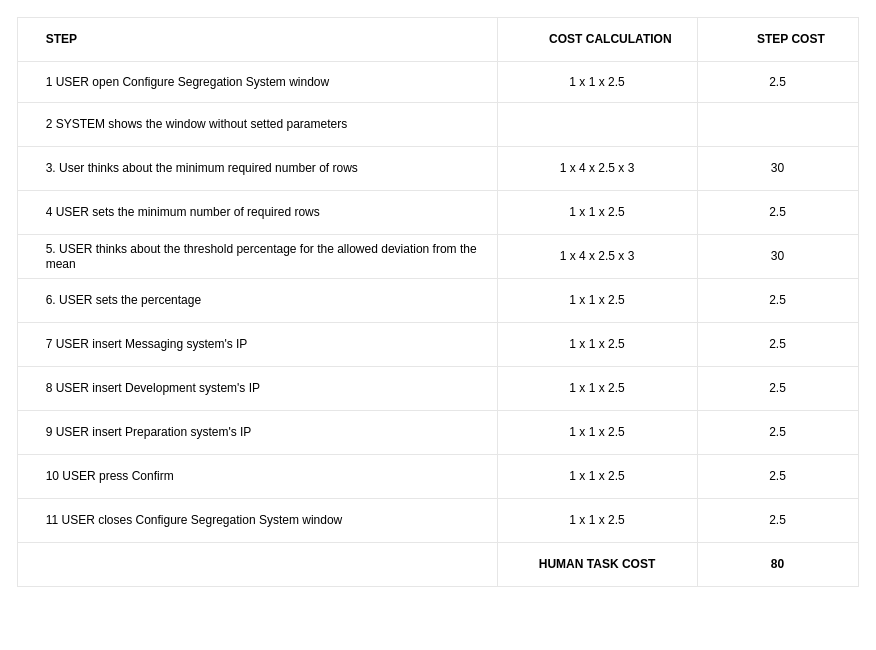
BaffoBello14/AutomaticDamagesRecognition keeps this draw.io diagram as configure/segregation system (FEDE)/segregation_system_table.drawio. Above is the earlier version. Source tidied: cells renumbered, new cells numbered last; positions are measured from the earlier drawing's top-left corner, leaving out a move shared by most shapes. Both pictures are drawn from the tidied source at 100%, with x=0, y=0 at pixel (17, 17).
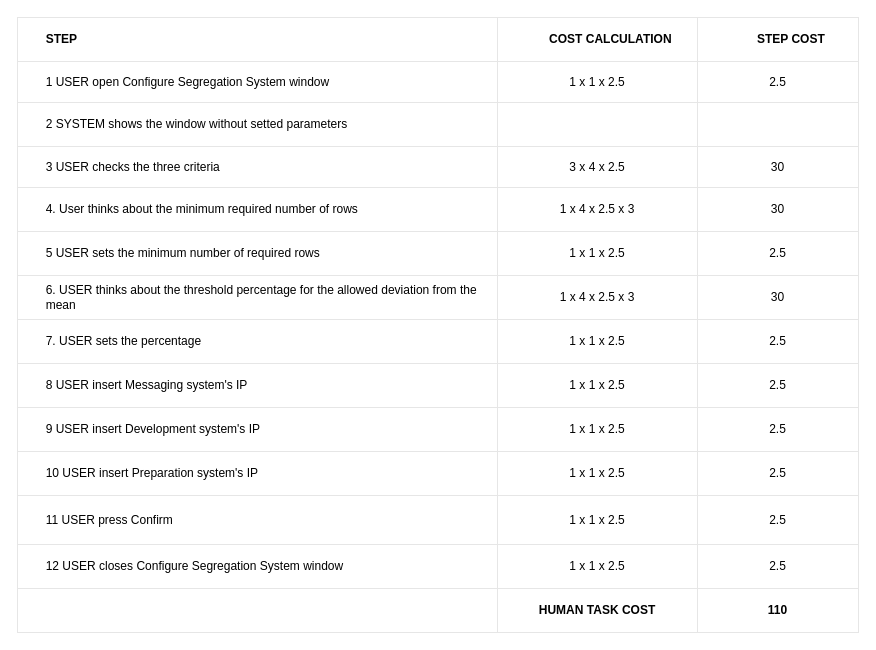
The same page after the edit.

Change to the diagram source:
```diff
@@
     <mxCell id="2" style="childLayout=tableLayout;shadow=0;strokeColor=#E6E6E6;align=center;" parent="1" vertex="1">
-      <mxGeometry width="841" height="569" as="geometry" />
+      <mxGeometry width="841" height="615" as="geometry" />
     </mxCell>
@@
+    <mxCell id="55" style="shape=tableRow;horizontal=0;startSize=0;swimlaneHead=0;swimlaneBody=0;top=0;left=0;bottom=0;right=0;fontStyle=0;fillColor=none;strokeColor=inherit;align=center;" parent="2" vertex="1">
+      <mxGeometry y="129" width="841" height="41" as="geometry" />
+    </mxCell>
+    <mxCell id="56" value="&lt;span style=&quot;white-space: pre;&quot;&gt;&#9;&lt;/span&gt;3 USER checks the three criteria" style="strokeColor=inherit;fillColor=none;align=left;whiteSpace=wrap;html=1;labelPosition=center;verticalLabelPosition=middle;verticalAlign=middle;" parent="55" vertex="1">
+      <mxGeometry width="480" height="41" as="geometry" />
+    </mxCell>
+    <mxCell id="57" value="3 x 4 x 2.5" style="strokeColor=inherit;fillColor=none;align=center;whiteSpace=wrap;html=1;" parent="55" vertex="1">
+      <mxGeometry x="480" width="200" height="41" as="geometry" />
+    </mxCell>
+    <mxCell id="58" value="30" style="strokeColor=inherit;fillColor=none;align=center;whiteSpace=wrap;html=1;" parent="55" vertex="1">
+      <mxGeometry x="680" width="161" height="41" as="geometry" />
+    </mxCell>
     <mxCell id="15" style="shape=tableRow;horizontal=0;startSize=0;swimlaneHead=0;swimlaneBody=0;top=0;left=0;bottom=0;right=0;fontStyle=0;fillColor=none;strokeColor=inherit;align=center;" parent="2" vertex="1">
-      <mxGeometry y="129" width="841" height="44" as="geometry" />
+      <mxGeometry y="170" width="841" height="44" as="geometry" />
     </mxCell>
-    <mxCell id="16" value="&lt;span style=&quot;white-space: pre;&quot;&gt;&#9;&lt;/span&gt;3. User thinks about the minimum required number of rows&amp;nbsp;" style="strokeColor=inherit;fillColor=none;align=left;whiteSpace=wrap;html=1;labelPosition=center;verticalLabelPosition=middle;verticalAlign=middle;" parent="15" vertex="1">
+    <mxCell id="16" value="&lt;span style=&quot;white-space: pre;&quot;&gt;&#9;&lt;/span&gt;4. User thinks about the minimum required number of rows&amp;nbsp;" style="strokeColor=inherit;fillColor=none;align=left;whiteSpace=wrap;html=1;labelPosition=center;verticalLabelPosition=middle;verticalAlign=middle;" parent="15" vertex="1">
       <mxGeometry width="480" height="44" as="geometry" />
     </mxCell>
@@
     <mxCell id="19" style="shape=tableRow;horizontal=0;startSize=0;swimlaneHead=0;swimlaneBody=0;top=0;left=0;bottom=0;right=0;fontStyle=0;fillColor=none;strokeColor=inherit;align=center;" parent="2" vertex="1">
-      <mxGeometry y="173" width="841" height="44" as="geometry" />
+      <mxGeometry y="214" width="841" height="44" as="geometry" />
     </mxCell>
-    <mxCell id="20" value="&lt;span style=&quot;white-space: pre;&quot;&gt;&#9;&lt;/span&gt;4 USER sets the minimum number of required rows" style="strokeColor=inherit;fillColor=none;align=left;whiteSpace=wrap;html=1;labelPosition=center;verticalLabelPosition=middle;verticalAlign=middle;" parent="19" vertex="1">
+    <mxCell id="20" value="&lt;span style=&quot;white-space: pre;&quot;&gt;&#9;&lt;/span&gt;5&amp;nbsp;USER sets the minimum number of required rows" style="strokeColor=inherit;fillColor=none;align=left;whiteSpace=wrap;html=1;labelPosition=center;verticalLabelPosition=middle;verticalAlign=middle;" parent="19" vertex="1">
       <mxGeometry width="480" height="44" as="geometry" />
     </mxCell>
@@
     <mxCell id="23" style="shape=tableRow;horizontal=0;startSize=0;swimlaneHead=0;swimlaneBody=0;top=0;left=0;bottom=0;right=0;fontStyle=0;fillColor=none;strokeColor=inherit;align=center;" parent="2" vertex="1">
-      <mxGeometry y="217" width="841" height="44" as="geometry" />
+      <mxGeometry y="258" width="841" height="44" as="geometry" />
     </mxCell>
-    <mxCell id="24" value="&lt;span style=&quot;white-space: pre;&quot;&gt;&#9;&lt;/span&gt;5. USER thinks about the threshold percentage for the allowed deviation from the &lt;span style=&quot;white-space: pre;&quot;&gt;&#9;&lt;/span&gt;mean" style="strokeColor=inherit;fillColor=none;align=left;whiteSpace=wrap;html=1;labelPosition=center;verticalLabelPosition=middle;verticalAlign=middle;" parent="23" vertex="1">
+    <mxCell id="24" value="&lt;span style=&quot;white-space: pre;&quot;&gt;&#9;&lt;/span&gt;6. USER thinks about the threshold percentage for the allowed deviation from the &lt;span style=&quot;white-space: pre;&quot;&gt;&#9;&lt;/span&gt;mean" style="strokeColor=inherit;fillColor=none;align=left;whiteSpace=wrap;html=1;labelPosition=center;verticalLabelPosition=middle;verticalAlign=middle;" parent="23" vertex="1">
       <mxGeometry width="480" height="44" as="geometry" />
     </mxCell>
@@
     <mxCell id="27" style="shape=tableRow;horizontal=0;startSize=0;swimlaneHead=0;swimlaneBody=0;top=0;left=0;bottom=0;right=0;fontStyle=0;fillColor=none;strokeColor=inherit;align=center;" parent="2" vertex="1">
-      <mxGeometry y="261" width="841" height="44" as="geometry" />
+      <mxGeometry y="302" width="841" height="44" as="geometry" />
     </mxCell>
-    <mxCell id="28" value="&lt;span style=&quot;white-space: pre;&quot;&gt;&#9;&lt;/span&gt;6. USER sets the percentage" style="strokeColor=inherit;fillColor=none;align=left;whiteSpace=wrap;html=1;labelPosition=center;verticalLabelPosition=middle;verticalAlign=middle;" parent="27" vertex="1">
+    <mxCell id="28" value="&lt;span style=&quot;white-space: pre;&quot;&gt;&#9;&lt;/span&gt;7. USER sets the percentage" style="strokeColor=inherit;fillColor=none;align=left;whiteSpace=wrap;html=1;labelPosition=center;verticalLabelPosition=middle;verticalAlign=middle;" parent="27" vertex="1">
       <mxGeometry width="480" height="44" as="geometry" />
     </mxCell>
@@
     <mxCell id="31" style="shape=tableRow;horizontal=0;startSize=0;swimlaneHead=0;swimlaneBody=0;top=0;left=0;bottom=0;right=0;fontStyle=0;fillColor=none;strokeColor=inherit;align=center;" parent="2" vertex="1">
-      <mxGeometry y="305" width="841" height="44" as="geometry" />
+      <mxGeometry y="346" width="841" height="44" as="geometry" />
     </mxCell>
-    <mxCell id="32" value="&lt;span style=&quot;white-space: pre;&quot;&gt;&#9;&lt;/span&gt;7 USER insert Messaging system's IP" style="strokeColor=inherit;fillColor=none;align=left;whiteSpace=wrap;html=1;labelPosition=center;verticalLabelPosition=middle;verticalAlign=middle;" parent="31" vertex="1">
+    <mxCell id="32" value="&lt;span style=&quot;white-space: pre;&quot;&gt;&#9;&lt;/span&gt;8&amp;nbsp;USER insert Messaging system's IP" style="strokeColor=inherit;fillColor=none;align=left;whiteSpace=wrap;html=1;labelPosition=center;verticalLabelPosition=middle;verticalAlign=middle;" parent="31" vertex="1">
       <mxGeometry width="480" height="44" as="geometry" />
     </mxCell>
@@
     <mxCell id="35" style="shape=tableRow;horizontal=0;startSize=0;swimlaneHead=0;swimlaneBody=0;top=0;left=0;bottom=0;right=0;fontStyle=0;fillColor=none;strokeColor=inherit;align=center;" parent="2" vertex="1">
-      <mxGeometry y="349" width="841" height="44" as="geometry" />
+      <mxGeometry y="390" width="841" height="44" as="geometry" />
     </mxCell>
-    <mxCell id="36" value="&lt;span style=&quot;white-space: pre;&quot;&gt;&#9;&lt;/span&gt;8 USER insert Development system's IP" style="strokeColor=inherit;fillColor=none;align=left;whiteSpace=wrap;html=1;labelPosition=center;verticalLabelPosition=middle;verticalAlign=middle;" parent="35" vertex="1">
+    <mxCell id="36" value="&lt;span style=&quot;white-space: pre;&quot;&gt;&#9;&lt;/span&gt;9&amp;nbsp;USER insert Development system's IP" style="strokeColor=inherit;fillColor=none;align=left;whiteSpace=wrap;html=1;labelPosition=center;verticalLabelPosition=middle;verticalAlign=middle;" parent="35" vertex="1">
       <mxGeometry width="480" height="44" as="geometry" />
     </mxCell>
@@
     <mxCell id="39" style="shape=tableRow;horizontal=0;startSize=0;swimlaneHead=0;swimlaneBody=0;top=0;left=0;bottom=0;right=0;fontStyle=0;fillColor=none;strokeColor=inherit;align=center;" parent="2" vertex="1">
-      <mxGeometry y="393" width="841" height="44" as="geometry" />
+      <mxGeometry y="434" width="841" height="44" as="geometry" />
     </mxCell>
-    <mxCell id="40" value="&lt;span style=&quot;white-space: pre;&quot;&gt;&#9;&lt;/span&gt;9 USER insert Preparation system's IP" style="strokeColor=inherit;fillColor=none;align=left;whiteSpace=wrap;html=1;labelPosition=center;verticalLabelPosition=middle;verticalAlign=middle;" parent="39" vertex="1">
+    <mxCell id="40" value="&lt;span style=&quot;white-space: pre;&quot;&gt;&#9;&lt;/span&gt;10&amp;nbsp;USER insert Preparation system's IP" style="strokeColor=inherit;fillColor=none;align=left;whiteSpace=wrap;html=1;labelPosition=center;verticalLabelPosition=middle;verticalAlign=middle;" parent="39" vertex="1">
       <mxGeometry width="480" height="44" as="geometry" />
     </mxCell>
@@
     <mxCell id="43" style="shape=tableRow;horizontal=0;startSize=0;swimlaneHead=0;swimlaneBody=0;top=0;left=0;bottom=0;right=0;fontStyle=0;fillColor=none;strokeColor=inherit;align=center;" parent="2" vertex="1">
-      <mxGeometry y="437" width="841" height="44" as="geometry" />
+      <mxGeometry y="478" width="841" height="49" as="geometry" />
     </mxCell>
-    <mxCell id="44" value="&lt;span style=&quot;white-space: pre;&quot;&gt;&#9;&lt;/span&gt;10 USER press Confirm" style="strokeColor=inherit;fillColor=none;align=left;whiteSpace=wrap;html=1;labelPosition=center;verticalLabelPosition=middle;verticalAlign=middle;" parent="43" vertex="1">
-      <mxGeometry width="480" height="44" as="geometry" />
+    <mxCell id="44" value="&lt;span style=&quot;white-space: pre;&quot;&gt;&#9;&lt;/span&gt;11 USER press Confirm" style="strokeColor=inherit;fillColor=none;align=left;whiteSpace=wrap;html=1;labelPosition=center;verticalLabelPosition=middle;verticalAlign=middle;" parent="43" vertex="1">
+      <mxGeometry width="480" height="49" as="geometry" />
     </mxCell>
     <mxCell id="45" value="1 x 1 x 2.5" style="strokeColor=inherit;fillColor=none;align=center;whiteSpace=wrap;html=1;" parent="43" vertex="1">
-      <mxGeometry x="480" width="200" height="44" as="geometry" />
+      <mxGeometry x="480" width="200" height="49" as="geometry" />
     </mxCell>
     <mxCell id="46" value="2.5" style="strokeColor=inherit;fillColor=none;align=center;whiteSpace=wrap;html=1;" parent="43" vertex="1">
-      <mxGeometry x="680" width="161" height="44" as="geometry" />
+      <mxGeometry x="680" width="161" height="49" as="geometry" />
     </mxCell>
     <mxCell id="47" style="shape=tableRow;horizontal=0;startSize=0;swimlaneHead=0;swimlaneBody=0;top=0;left=0;bottom=0;right=0;fontStyle=0;fillColor=none;strokeColor=inherit;align=center;" parent="2" vertex="1">
-      <mxGeometry y="481" width="841" height="44" as="geometry" />
+      <mxGeometry y="527" width="841" height="44" as="geometry" />
     </mxCell>
-    <mxCell id="48" value="&lt;span style=&quot;white-space: pre;&quot;&gt;&#9;&lt;/span&gt;11&amp;nbsp;USER closes Configure Segregation System window&amp;nbsp;" style="strokeColor=inherit;fillColor=none;align=left;whiteSpace=wrap;html=1;labelPosition=center;verticalLabelPosition=middle;verticalAlign=middle;" parent="47" vertex="1">
+    <mxCell id="48" value="&lt;span style=&quot;white-space: pre;&quot;&gt;&#9;&lt;/span&gt;12 USER closes Configure Segregation System window&amp;nbsp;" style="strokeColor=inherit;fillColor=none;align=left;whiteSpace=wrap;html=1;labelPosition=center;verticalLabelPosition=middle;verticalAlign=middle;" parent="47" vertex="1">
       <mxGeometry width="480" height="44" as="geometry" />
     </mxCell>
@@
     <mxCell id="51" style="shape=tableRow;horizontal=0;startSize=0;swimlaneHead=0;swimlaneBody=0;top=0;left=0;bottom=0;right=0;fontStyle=0;fillColor=none;strokeColor=inherit;align=center;" parent="2" vertex="1">
-      <mxGeometry y="525" width="841" height="44" as="geometry" />
+      <mxGeometry y="571" width="841" height="44" as="geometry" />
     </mxCell>
@@
-    <mxCell id="54" value="80" style="strokeColor=inherit;fillColor=none;align=center;whiteSpace=wrap;html=1;fontStyle=1;" parent="51" vertex="1">
+    <mxCell id="54" value="110" style="strokeColor=inherit;fillColor=none;align=center;whiteSpace=wrap;html=1;fontStyle=1;" parent="51" vertex="1">
       <mxGeometry x="680" width="161" height="44" as="geometry" />
     </mxCell>
```
